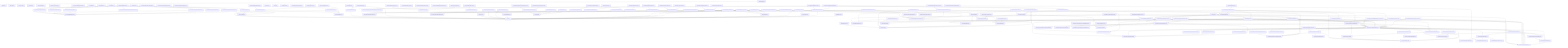
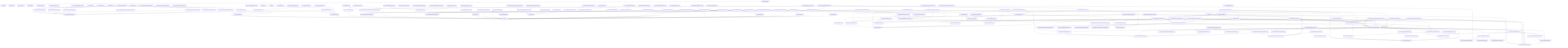
graph TD
  package__ankhorage_studio["@ankhorage/studio"]
  entrypoint_src_index_ts["src/index.ts"]
  package__ankhorage_studio --> entrypoint_src_index_ts
  module_knip_config_ts["knip.config.ts"]
  package__ankhorage_studio -.-> module_knip_config_ts
  module_paradox_config_ts["paradox.config.ts"]
  package__ankhorage_studio -.-> module_paradox_config_ts
  module_src_app_index_ts["src/app/index.ts"]
  package__ankhorage_studio -.-> module_src_app_index_ts
  module_src_app_StudioApp_tsx["src/app/StudioApp.tsx"]
  package__ankhorage_studio -.-> module_src_app_StudioApp_tsx
  module_src_app_StudioDashboard_tsx["src/app/StudioDashboard.tsx"]
  package__ankhorage_studio -.-> module_src_app_StudioDashboard_tsx
  module_src_app_StudioDashboard_tsx --> module_src_hooks_useProjects_ts
  module_src_app_StudioDashboard_tsx --> module_src_hooks_useTemplateSummaries_ts
  module_src_app_StudioDashboard_tsx --> module_src_modules_dashboard_platform_ts
  module_src_app_StudioDashboard_tsx --> module_src_modules_dashboard_search_ts
  module_src_app_StudioDashboard_tsx --> module_src_modules_dashboard_templates_ts
  module_src_app_StudioDashboard_tsx --> module_src_modules_dashboard_types_ts
  module_src_app_StudioDashboard_tsx --> module_src_modules_dashboard_ui_DashboardSectionHeader_tsx
  module_src_app_StudioDashboard_tsx --> module_src_modules_dashboard_ui_ProjectCard_tsx
  module_src_app_StudioDashboard_tsx --> module_src_modules_dashboard_ui_TemplateCard_tsx
  module_src_authFlowContract_test_ts["src/authFlowContract.test.ts"]
  package__ankhorage_studio -.-> module_src_authFlowContract_test_ts
  module_src_authSettings_test_ts["src/authSettings.test.ts"]
  package__ankhorage_studio -.-> module_src_authSettings_test_ts
  module_src_authSettings_test_ts --> module_src_authSettings_ts
  module_src_authSettings_ts["src/authSettings.ts"]
  package__ankhorage_studio -.-> module_src_authSettings_ts
  module_src_canvasDragModel_public_test_ts["src/canvasDragModel.public.test.ts"]
  package__ankhorage_studio -.-> module_src_canvasDragModel_public_test_ts
  module_src_canvasDragModel_public_test_ts --> module_src_canvasDragModel_ts
  module_src_canvasDragModel_public_test_ts --> module_src_canvasDropZones_ts
  module_src_canvasDragModel_test_ts["src/canvasDragModel.test.ts"]
  package__ankhorage_studio -.-> module_src_canvasDragModel_test_ts
  module_src_canvasDragModel_test_ts --> module_src_canvasDragModel_ts
  module_src_canvasDragModel_test_ts --> module_src_canvasDropZones_ts
  module_src_canvasDragModel_ts["src/canvasDragModel.ts"]
  package__ankhorage_studio -.-> module_src_canvasDragModel_ts
  module_src_canvasDragModel_ts --> module_src_canvasDropZones_ts
  module_src_canvasDragModel_ts --> module_src_index_ts
  module_src_canvasDropZones_test_ts["src/canvasDropZones.test.ts"]
  package__ankhorage_studio -.-> module_src_canvasDropZones_test_ts
  module_src_canvasDropZones_test_ts --> module_src_canvasDropZones_ts
  module_src_canvasDropZones_test_ts --> module_src_index_ts
  module_src_canvasDropZones_ts["src/canvasDropZones.ts"]
  package__ankhorage_studio -.-> module_src_canvasDropZones_ts
  module_src_canvasDropZones_ts --> module_src_index_ts
  module_src_cli_index_ts["src/cli/index.ts"]
  package__ankhorage_studio -.-> module_src_cli_index_ts
  module_src_cli_index_ts --> module_src_host_createStudioHost_ts
  module_src_cli_index_ts --> module_src_host_http_server_ts
  module_src_cli_index_ts --> module_src_host_templateRegistry_index_ts
  module_src_cli_index_ts --> module_src_host_utils_workspaceRoot_ts
  module_src_core_constants_ts["src/core/constants.ts"]
  package__ankhorage_studio -.-> module_src_core_constants_ts
  module_src_core_StudioContext_ts["src/core/StudioContext.ts"]
  package__ankhorage_studio -.-> module_src_core_StudioContext_ts
  module_src_core_StudioContext_ts --> module_src_index_ts
  module_src_core_studioPackageBoundary_ts["src/core/studioPackageBoundary.ts"]
  package__ankhorage_studio -.-> module_src_core_studioPackageBoundary_ts
  module_src_core_StudioProvider_ts["src/core/StudioProvider.ts"]
  package__ankhorage_studio -.-> module_src_core_StudioProvider_ts
  module_src_core_StudioProvider_ts --> module_src_core_StudioContext_ts
  module_src_core_StudioProvider_ts --> module_src_index_ts
  module_src_dnd_index_ts["src/dnd/index.ts"]
  package__ankhorage_studio -.-> module_src_dnd_index_ts
  module_src_dnd_primitives_ts["src/dnd/primitives.ts"]
  package__ankhorage_studio -.-> module_src_dnd_primitives_ts
  module_src_dnd_state_ts["src/dnd/state.ts"]
  package__ankhorage_studio -.-> module_src_dnd_state_ts
  module_src_hooks_useProjects_ts["src/hooks/useProjects.ts"]
  package__ankhorage_studio -.-> module_src_hooks_useProjects_ts
  module_src_hooks_useProjects_ts --> module_src_core_constants_ts
  module_src_hooks_useTemplateSummaries_ts["src/hooks/useTemplateSummaries.ts"]
  package__ankhorage_studio -.-> module_src_hooks_useTemplateSummaries_ts
  module_src_hooks_useTemplateSummaries_ts --> module_src_core_constants_ts
  module_src_hooks_useTemplateSummaries_ts --> module_src_modules_dashboard_types_ts
  module_src_host_auth_projectAuthHealthService_ts["src/host/auth/projectAuthHealthService.ts"]
  package__ankhorage_studio -.-> module_src_host_auth_projectAuthHealthService_ts
  module_src_host_auth_projectAuthHealthService_ts --> module_src_host_orchestrator_projectManager_ts
  module_src_host_auth_projectAuthHealthService_ts --> module_src_host_secrets_projectSecretService_ts
  module_src_host_auth_projectAuthHealthService_ts --> module_src_projectAuthHealth_ts
  module_src_host_auth_projectAuthService_test_ts["src/host/auth/projectAuthService.test.ts"]
  package__ankhorage_studio -.-> module_src_host_auth_projectAuthService_test_ts
  module_src_host_auth_projectAuthService_test_ts --> module_src_host_auth_projectAuthService_ts
  module_src_host_auth_projectAuthService_ts["src/host/auth/projectAuthService.ts"]
  package__ankhorage_studio -.-> module_src_host_auth_projectAuthService_ts
  module_src_host_auth_projectAuthService_ts --> module_src_authSettings_ts
  module_src_host_auth_projectAuthService_ts --> module_src_host_orchestrator_projectManager_ts
  module_src_host_createStudioHost_ts["src/host/createStudioHost.ts"]
  package__ankhorage_studio -.-> module_src_host_createStudioHost_ts
  module_src_host_createStudioHost_ts --> module_src_host_orchestrator_infraRuntime_ts
  module_src_host_createStudioHost_ts --> module_src_host_orchestrator_moduleManager_ts
  module_src_host_createStudioHost_ts --> module_src_host_orchestrator_projectManager_ts
  module_src_host_generatedAuthAdapterRuntime_smoke_test_ts["src/host/generatedAuthAdapterRuntime.smoke.test.ts"]
  package__ankhorage_studio -.-> module_src_host_generatedAuthAdapterRuntime_smoke_test_ts
  module_src_host_generatedAuthAdapterRuntime_smoke_test_ts --> module_src_host_orchestrator_moduleManager_ts
  module_src_host_generatedAuthAdapterRuntime_smoke_test_ts --> module_src_host_orchestrator_projectManager_ts
  module_src_host_generatedAuthAdapterRuntime_smoke_test_ts --> module_src_host_templateRegistry_index_ts
  module_src_host_hostLifecycle_smoke_test_ts["src/host/hostLifecycle.smoke.test.ts"]
  package__ankhorage_studio -.-> module_src_host_hostLifecycle_smoke_test_ts
  module_src_host_hostLifecycle_smoke_test_ts --> module_src_host_orchestrator_moduleManager_ts
  module_src_host_hostLifecycle_smoke_test_ts --> module_src_host_orchestrator_projectManager_ts
  module_src_host_hostLifecycle_smoke_test_ts --> module_src_host_templateRegistry_index_ts
  module_src_host_hostOwnership_test_ts["src/host/hostOwnership.test.ts"]
  package__ankhorage_studio -.-> module_src_host_hostOwnership_test_ts
  module_src_host_hostOwnership_test_ts --> module_src_host_http_security_ts
  module_src_host_hostOwnership_test_ts --> module_src_host_orchestrator_projectPaths_ts
  module_src_host_hostOwnership_test_ts --> module_src_host_utils_workspaceRoot_ts
  module_src_host_http_authRoutes_ts["src/host/http/authRoutes.ts"]
  package__ankhorage_studio -.-> module_src_host_http_authRoutes_ts
  module_src_host_http_authRoutes_ts --> module_src_host_auth_projectAuthHealthService_ts
  module_src_host_http_authRoutes_ts --> module_src_host_auth_projectAuthService_ts
  module_src_host_http_authRoutes_ts --> module_src_host_orchestrator_projectManager_ts
  module_src_host_http_authRoutes_ts --> module_src_host_secrets_projectSecretService_ts
  module_src_host_http_secretRoutes_ts["src/host/http/secretRoutes.ts"]
  package__ankhorage_studio -.-> module_src_host_http_secretRoutes_ts
  module_src_host_http_secretRoutes_ts --> module_src_host_orchestrator_projectManager_ts
  module_src_host_http_secretRoutes_ts --> module_src_host_secrets_projectSecretService_ts
  module_src_host_http_security_ts["src/host/http/security.ts"]
  package__ankhorage_studio -.-> module_src_host_http_security_ts
  module_src_host_http_server_ts["src/host/http/server.ts"]
  package__ankhorage_studio -.-> module_src_host_http_server_ts
  module_src_host_http_server_ts --> module_src_host_http_security_ts
  module_src_host_http_server_ts --> module_src_host_orchestrator_infraRuntime_ts
  module_src_host_http_server_ts --> module_src_host_orchestrator_moduleManager_ts
  module_src_host_http_server_ts --> module_src_host_orchestrator_projectManager_ts
  module_src_host_http_server_ts --> module_src_host_orchestrator_resolveMutations_ts
  module_src_host_http_server_ts --> module_src_host_templateRegistry_index_ts
  module_src_host_http_server_ts --> module_src_host_utils_trimOutput_ts
  module_src_host_http_server_ts --> module_src_host_utils_workspaceRoot_ts
  module_src_host_http_serverWithSecrets_ts["src/host/http/serverWithSecrets.ts"]
  package__ankhorage_studio -.-> module_src_host_http_serverWithSecrets_ts
  module_src_host_http_serverWithSecrets_ts --> module_src_host_http_authRoutes_ts
  module_src_host_http_serverWithSecrets_ts --> module_src_host_http_secretRoutes_ts
  module_src_host_http_serverWithSecrets_ts --> module_src_host_http_server_ts
  module_src_host_http_serverWithSecrets_ts --> module_src_host_orchestrator_moduleManager_ts
  module_src_host_http_serverWithSecrets_ts --> module_src_host_orchestrator_projectManager_ts
  module_src_host_http_serverWithSecrets_ts --> module_src_host_utils_workspaceRoot_ts
  module_src_host_http_standalone_ts["src/host/http/standalone.ts"]
  package__ankhorage_studio -.-> module_src_host_http_standalone_ts
  module_src_host_http_standalone_ts --> module_src_host_http_serverWithSecrets_ts
  module_src_host_index_ts["src/host/index.ts"]
  package__ankhorage_studio -.-> module_src_host_index_ts
  module_src_host_layout_auth_resolveAuthLayoutPlan_test_ts["src/host/layout/auth/resolveAuthLayoutPlan.test.ts"]
  package__ankhorage_studio -.-> module_src_host_layout_auth_resolveAuthLayoutPlan_test_ts
  module_src_host_layout_auth_resolveAuthLayoutPlan_test_ts --> module_src_host_layout_auth_resolveAuthLayoutPlan_ts
  module_src_host_layout_auth_resolveAuthLayoutPlan_ts["src/host/layout/auth/resolveAuthLayoutPlan.ts"]
  package__ankhorage_studio -.-> module_src_host_layout_auth_resolveAuthLayoutPlan_ts
  module_src_host_layout_layoutGenerator_test_ts["src/host/layout/layoutGenerator.test.ts"]
  package__ankhorage_studio -.-> module_src_host_layout_layoutGenerator_test_ts
  module_src_host_layout_layoutGenerator_test_ts --> module_src_host_layout_layoutGenerator_ts
  module_src_host_layout_layoutGenerator_ts["src/host/layout/layoutGenerator.ts"]
  package__ankhorage_studio -.-> module_src_host_layout_layoutGenerator_ts
  module_src_host_layout_layoutGenerator_ts --> module_src_host_layout_auth_resolveAuthLayoutPlan_ts
  module_src_host_layout_layoutGenerator_ts --> module_src_host_layout_templates_index_ts
  module_src_host_layout_layoutGenerator_ts --> module_src_host_modules_layout_ts
  module_src_host_layout_templates_auth_adapter_ts["src/host/layout/templates/auth/adapter.ts"]
  package__ankhorage_studio -.-> module_src_host_layout_templates_auth_adapter_ts
  module_src_host_layout_templates_auth_callback_ts["src/host/layout/templates/auth/callback.ts"]
  package__ankhorage_studio -.-> module_src_host_layout_templates_auth_callback_ts
  module_src_host_layout_templates_auth_callback_ts --> module_src_host_layout_templates_utils_routes_ts
  module_src_host_layout_templates_auth_callback_ts --> module_src_host_layout_utils_escapeStringLiteral_ts
  module_src_host_layout_templates_auth_oauth_ts["src/host/layout/templates/auth/oauth.ts"]
  package__ankhorage_studio -.-> module_src_host_layout_templates_auth_oauth_ts
  module_src_host_layout_templates_auth_oauth_ts --> module_src_host_layout_auth_resolveAuthLayoutPlan_ts
  module_src_host_layout_templates_auth_oauth_ts --> module_src_host_layout_utils_escapeStringLiteral_ts
  module_src_host_layout_templates_auth_screen_ts["src/host/layout/templates/auth/screen.ts"]
  package__ankhorage_studio -.-> module_src_host_layout_templates_auth_screen_ts
  module_src_host_layout_templates_auth_screen_ts --> module_src_host_layout_auth_resolveAuthLayoutPlan_ts
  module_src_host_layout_templates_auth_screen_ts --> module_src_host_layout_templates_utils_routes_ts
  module_src_host_layout_templates_auth_screen_ts --> module_src_host_layout_templates_utils_strings_ts
  module_src_host_layout_templates_auth_screen_ts --> module_src_host_layout_utils_escapeStringLiteral_ts
  module_src_host_layout_templates_auth_session_ts["src/host/layout/templates/auth/session.ts"]
  package__ankhorage_studio -.-> module_src_host_layout_templates_auth_session_ts
  module_src_host_layout_templates_auth_signOut_ts["src/host/layout/templates/auth/signOut.ts"]
  package__ankhorage_studio -.-> module_src_host_layout_templates_auth_signOut_ts
  module_src_host_layout_templates_index_ts["src/host/layout/templates/index.ts"]
  package__ankhorage_studio -.-> module_src_host_layout_templates_index_ts
  module_src_host_layout_templates_navigation_ts["src/host/layout/templates/navigation.ts"]
  package__ankhorage_studio -.-> module_src_host_layout_templates_navigation_ts
  module_src_host_layout_templates_navigation_ts --> module_src_host_layout_utils_escapeStringLiteral_ts
  module_src_host_layout_templates_nestedLayout_ts["src/host/layout/templates/nestedLayout.ts"]
  package__ankhorage_studio -.-> module_src_host_layout_templates_nestedLayout_ts
  module_src_host_layout_templates_nestedLayout_ts --> module_src_host_layout_templates_navigation_ts
  module_src_host_layout_templates_nestedLayout_ts --> module_src_host_layout_templates_utils_strings_ts
  module_src_host_layout_templates_redirect_ts["src/host/layout/templates/redirect.ts"]
  package__ankhorage_studio -.-> module_src_host_layout_templates_redirect_ts
  module_src_host_layout_templates_redirect_ts --> module_src_host_layout_utils_escapeStringLiteral_ts
  module_src_host_layout_templates_rootLayout_test_ts["src/host/layout/templates/rootLayout.test.ts"]
  package__ankhorage_studio -.-> module_src_host_layout_templates_rootLayout_test_ts
  module_src_host_layout_templates_rootLayout_test_ts --> module_src_host_layout_templates_rootLayout_ts
  module_src_host_layout_templates_rootLayout_ts["src/host/layout/templates/rootLayout.ts"]
  package__ankhorage_studio -.-> module_src_host_layout_templates_rootLayout_ts
  module_src_host_layout_templates_rootLayout_ts --> module_src_host_layout_templates_navigation_ts
  module_src_host_layout_templates_rootLayout_ts --> module_src_host_layout_templates_utils_routes_ts
  module_src_host_layout_templates_rootLayout_ts --> module_src_host_layout_utils_escapeStringLiteral_ts
  module_src_host_layout_templates_rootLayout_ts --> module_src_host_modules_layout_ts
  module_src_host_layout_templates_screen_ts["src/host/layout/templates/screen.ts"]
  package__ankhorage_studio -.-> module_src_host_layout_templates_screen_ts
  module_src_host_layout_templates_screen_ts --> module_src_host_layout_templates_utils_strings_ts
  module_src_host_layout_templates_screen_ts --> module_src_host_layout_utils_escapeStringLiteral_ts
  module_src_host_layout_templates_utils_routes_ts["src/host/layout/templates/utils/routes.ts"]
  package__ankhorage_studio -.-> module_src_host_layout_templates_utils_routes_ts
  module_src_host_layout_templates_utils_strings_ts["src/host/layout/templates/utils/strings.ts"]
  package__ankhorage_studio -.-> module_src_host_layout_templates_utils_strings_ts
  module_src_host_layout_utils_escapeStringLiteral_ts["src/host/layout/utils/escapeStringLiteral.ts"]
  package__ankhorage_studio -.-> module_src_host_layout_utils_escapeStringLiteral_ts
  module_src_host_manifestSystem_auth_index_ts["src/host/manifestSystem/auth/index.ts"]
  package__ankhorage_studio -.-> module_src_host_manifestSystem_auth_index_ts
  module_src_host_manifestSystem_auth_shared_global_auth_system_tpl_ts["src/host/manifestSystem/auth/shared/global.auth.system.tpl.ts"]
  package__ankhorage_studio -.-> module_src_host_manifestSystem_auth_shared_global_auth_system_tpl_ts
  module_src_host_manifestSystem_auth_shared_index_ts["src/host/manifestSystem/auth/shared/index.ts"]
  package__ankhorage_studio -.-> module_src_host_manifestSystem_auth_shared_index_ts
  module_src_host_manifestSystem_auth_shared_index_ts --> module_src_host_manifestSystem_auth_shared_global_auth_system_tpl_ts
  module_src_host_manifestSystem_auth_shared_index_ts --> module_src_host_manifestSystem_types_ts
  module_src_host_manifestSystem_index_ts["src/host/manifestSystem/index.ts"]
  package__ankhorage_studio -.-> module_src_host_manifestSystem_index_ts
  module_src_host_manifestSystem_index_ts --> module_src_host_manifestSystem_auth_index_ts
  module_src_host_manifestSystem_index_ts --> module_src_host_manifestSystem_types_ts
  module_src_host_manifestSystem_index_ts --> module_src_host_utils_requirementsInference_ts
  module_src_host_manifestSystem_types_ts["src/host/manifestSystem/types.ts"]
  package__ankhorage_studio -.-> module_src_host_manifestSystem_types_ts
  module_src_host_modules_catalog_ts["src/host/modules/catalog.ts"]
  package__ankhorage_studio -.-> module_src_host_modules_catalog_ts
  module_src_host_modules_catalog_ts --> module_src_host_modules_layout_ts
  module_src_host_modules_layout_ts["src/host/modules/layout.ts"]
  package__ankhorage_studio -.-> module_src_host_modules_layout_ts
  module_src_host_modules_runtime_LocalFsTargetAdapter_ts["src/host/modules/runtime/LocalFsTargetAdapter.ts"]
  package__ankhorage_studio -.-> module_src_host_modules_runtime_LocalFsTargetAdapter_ts
  module_src_host_oauthFixtureConsumer_smoke_test_ts["src/host/oauthFixtureConsumer.smoke.test.ts"]
  package__ankhorage_studio -.-> module_src_host_oauthFixtureConsumer_smoke_test_ts
  module_src_host_oauthFixtureConsumer_smoke_test_ts --> module_src_host_orchestrator_moduleManager_ts
  module_src_host_oauthFixtureConsumer_smoke_test_ts --> module_src_host_orchestrator_projectManager_ts
  module_src_host_oauthFixtureConsumer_smoke_test_ts --> module_src_host_templateRegistry_index_ts
  module_src_host_orchestrator_generatedAppFiles_ts["src/host/orchestrator/generatedAppFiles.ts"]
  package__ankhorage_studio -.-> module_src_host_orchestrator_generatedAppFiles_ts
  module_src_host_orchestrator_generatedAppFiles_ts --> module_src_host_zoraExtensions_index_ts
  module_src_host_orchestrator_generatedRouteCleanup_ts["src/host/orchestrator/generatedRouteCleanup.ts"]
  package__ankhorage_studio -.-> module_src_host_orchestrator_generatedRouteCleanup_ts
  module_src_host_orchestrator_infraGenerator_ts["src/host/orchestrator/infraGenerator.ts"]
  package__ankhorage_studio -.-> module_src_host_orchestrator_infraGenerator_ts
  module_src_host_orchestrator_infraGenerator_ts --> module_src_host_orchestrator_infraValidation_ts
+   module_src_host_orchestrator_infraRuntime_test_ts["src/host/orchestrator/infraRuntime.test.ts"]
+   package__ankhorage_studio -.-> module_src_host_orchestrator_infraRuntime_test_ts
+   module_src_host_orchestrator_infraRuntime_test_ts --> module_src_host_orchestrator_infraRuntime_ts
  module_src_host_orchestrator_infraRuntime_ts["src/host/orchestrator/infraRuntime.ts"]
  package__ankhorage_studio -.-> module_src_host_orchestrator_infraRuntime_ts
  module_src_host_orchestrator_infraRuntime_ts --> module_src_host_orchestrator_projectPaths_ts
  module_src_host_orchestrator_infraValidation_ts["src/host/orchestrator/infraValidation.ts"]
  package__ankhorage_studio -.-> module_src_host_orchestrator_infraValidation_ts
  module_src_host_orchestrator_moduleManager_ts["src/host/orchestrator/moduleManager.ts"]
  package__ankhorage_studio -.-> module_src_host_orchestrator_moduleManager_ts
  module_src_host_orchestrator_moduleManager_ts --> module_src_host_modules_catalog_ts
  module_src_host_orchestrator_moduleManager_ts --> module_src_host_modules_runtime_LocalFsTargetAdapter_ts
  module_src_host_orchestrator_moduleManager_ts --> module_src_host_orchestrator_projectManager_ts
  module_src_host_orchestrator_moduleManager_ts --> module_src_host_orchestrator_resolveMutations_ts
+   module_src_host_orchestrator_projectDeletion_test_ts["src/host/orchestrator/projectDeletion.test.ts"]
+   package__ankhorage_studio -.-> module_src_host_orchestrator_projectDeletion_test_ts
+   module_src_host_orchestrator_projectDeletion_test_ts --> module_src_host_orchestrator_projectDeletion_ts
  module_src_host_orchestrator_projectDeletion_ts["src/host/orchestrator/projectDeletion.ts"]
  package__ankhorage_studio -.-> module_src_host_orchestrator_projectDeletion_ts
  module_src_host_orchestrator_projectManager_ts["src/host/orchestrator/projectManager.ts"]
  package__ankhorage_studio -.-> module_src_host_orchestrator_projectManager_ts
  module_src_host_orchestrator_projectManager_ts --> module_src_host_layout_layoutGenerator_ts
  module_src_host_orchestrator_projectManager_ts --> module_src_host_manifestSystem_index_ts
  module_src_host_orchestrator_projectManager_ts --> module_src_host_modules_layout_ts
  module_src_host_orchestrator_projectManager_ts --> module_src_host_orchestrator_generatedRouteCleanup_ts
  module_src_host_orchestrator_projectManager_ts --> module_src_host_orchestrator_infraGenerator_ts
  module_src_host_orchestrator_projectManager_ts --> module_src_host_orchestrator_infraRuntime_ts
  module_src_host_orchestrator_projectManager_ts --> module_src_host_orchestrator_projectDeletion_ts
  module_src_host_orchestrator_projectManager_ts --> module_src_host_orchestrator_projectPaths_ts
  module_src_host_orchestrator_projectManager_ts --> module_src_host_orchestrator_projectStore_ts
  module_src_host_orchestrator_projectManager_ts --> module_src_host_orchestrator_resolveMutations_ts
  module_src_host_orchestrator_projectManager_ts --> module_src_host_orchestrator_scaffolder_ts
  module_src_host_orchestrator_projectManager_ts --> module_src_host_orchestrator_templates_ts
  module_src_host_orchestrator_projectManager_ts --> module_src_host_orchestrator_workspaceRuntime_ts
  module_src_host_orchestrator_projectManager_ts --> module_src_host_templateRegistry_index_ts
  module_src_host_orchestrator_projectManager_ts --> module_src_host_zoraExtensions_index_ts
  module_src_host_orchestrator_projectPaths_ts["src/host/orchestrator/projectPaths.ts"]
  package__ankhorage_studio -.-> module_src_host_orchestrator_projectPaths_ts
  module_src_host_orchestrator_projectStore_ts["src/host/orchestrator/projectStore.ts"]
  package__ankhorage_studio -.-> module_src_host_orchestrator_projectStore_ts
  module_src_host_orchestrator_projectStore_ts --> module_src_host_orchestrator_projectPaths_ts
  module_src_host_orchestrator_resolveMutations_ts["src/host/orchestrator/resolveMutations.ts"]
  package__ankhorage_studio -.-> module_src_host_orchestrator_resolveMutations_ts
  module_src_host_orchestrator_resolveMutations_ts --> module_src_host_modules_catalog_ts
  module_src_host_orchestrator_resolveMutations_ts --> module_src_host_modules_layout_ts
  module_src_host_orchestrator_scaffolder_ts["src/host/orchestrator/scaffolder.ts"]
  package__ankhorage_studio -.-> module_src_host_orchestrator_scaffolder_ts
  module_src_host_orchestrator_scaffolder_ts --> module_src_host_manifestSystem_index_ts
  module_src_host_orchestrator_scaffolder_ts --> module_src_host_orchestrator_generatedAppFiles_ts
  module_src_host_orchestrator_scaffolder_ts --> module_src_host_orchestrator_templates_ts
  module_src_host_orchestrator_scaffolder_ts --> module_src_host_templateRegistry_index_ts
  module_src_host_orchestrator_scaffolder_ts --> module_src_host_zoraExtensions_index_ts
  module_src_host_orchestrator_templates_test_ts["src/host/orchestrator/templates.test.ts"]
  package__ankhorage_studio -.-> module_src_host_orchestrator_templates_test_ts
  module_src_host_orchestrator_templates_test_ts --> module_src_host_orchestrator_templates_ts
  module_src_host_orchestrator_templates_ts["src/host/orchestrator/templates.ts"]
  package__ankhorage_studio -.-> module_src_host_orchestrator_templates_ts
  module_src_host_orchestrator_workspaceRuntime_ts["src/host/orchestrator/workspaceRuntime.ts"]
  package__ankhorage_studio -.-> module_src_host_orchestrator_workspaceRuntime_ts
  module_src_host_secrets_bunSupabaseVaultClient_ts["src/host/secrets/bunSupabaseVaultClient.ts"]
  package__ankhorage_studio -.-> module_src_host_secrets_bunSupabaseVaultClient_ts
  module_src_host_secrets_projectSecretService_test_ts["src/host/secrets/projectSecretService.test.ts"]
  package__ankhorage_studio -.-> module_src_host_secrets_projectSecretService_test_ts
  module_src_host_secrets_projectSecretService_test_ts --> module_src_host_secrets_projectSecretService_ts
  module_src_host_secrets_projectSecretService_ts["src/host/secrets/projectSecretService.ts"]
  package__ankhorage_studio -.-> module_src_host_secrets_projectSecretService_ts
  module_src_host_secrets_projectSecretService_ts --> module_src_host_orchestrator_projectManager_ts
  module_src_host_secrets_projectSecretService_ts --> module_src_host_orchestrator_projectPaths_ts
  module_src_host_secrets_projectSecretService_ts --> module_src_host_secrets_bunSupabaseVaultClient_ts
  module_src_host_secrets_projectSecretService_ts --> module_src_host_secrets_resolveProjectSecretDatabaseUrl_ts
  module_src_host_secrets_projectSecretService_ts --> module_src_projectSecretUsage_ts
  module_src_host_secrets_resolveProjectSecretDatabaseUrl_test_ts["src/host/secrets/resolveProjectSecretDatabaseUrl.test.ts"]
  package__ankhorage_studio -.-> module_src_host_secrets_resolveProjectSecretDatabaseUrl_test_ts
  module_src_host_secrets_resolveProjectSecretDatabaseUrl_test_ts --> module_src_host_secrets_resolveProjectSecretDatabaseUrl_ts
  module_src_host_secrets_resolveProjectSecretDatabaseUrl_ts["src/host/secrets/resolveProjectSecretDatabaseUrl.ts"]
  package__ankhorage_studio -.-> module_src_host_secrets_resolveProjectSecretDatabaseUrl_ts
  module_src_host_templateRegistry_index_ts["src/host/templateRegistry/index.ts"]
  package__ankhorage_studio -.-> module_src_host_templateRegistry_index_ts
  module_src_host_utils_requirementsInference_ts["src/host/utils/requirementsInference.ts"]
  package__ankhorage_studio -.-> module_src_host_utils_requirementsInference_ts
  module_src_host_utils_trimOutput_ts["src/host/utils/trimOutput.ts"]
  package__ankhorage_studio -.-> module_src_host_utils_trimOutput_ts
  module_src_host_utils_workspaceRoot_ts["src/host/utils/workspaceRoot.ts"]
  package__ankhorage_studio -.-> module_src_host_utils_workspaceRoot_ts
  module_src_host_zoraExtensions_index_ts["src/host/zoraExtensions/index.ts"]
  package__ankhorage_studio -.-> module_src_host_zoraExtensions_index_ts
  module_src_host_zoraExtensions_index_ts --> module_src_host_templateRegistry_index_ts
  module_src_index_test_ts["src/index.test.ts"]
  package__ankhorage_studio -.-> module_src_index_test_ts
  module_src_index_test_ts --> module_src_index_ts
  module_src_index_ts["src/index.ts"]
  module_src_insertModalModel_public_test_ts["src/insertModalModel.public.test.ts"]
  package__ankhorage_studio -.-> module_src_insertModalModel_public_test_ts
  module_src_insertModalModel_public_test_ts --> module_src_index_ts
  module_src_insertModalModel_public_test_ts --> module_src_insertModalModel_ts
  module_src_insertModalModel_test_ts["src/insertModalModel.test.ts"]
  package__ankhorage_studio -.-> module_src_insertModalModel_test_ts
  module_src_insertModalModel_test_ts --> module_src_index_ts
  module_src_insertModalModel_test_ts --> module_src_insertModalModel_ts
  module_src_insertModalModel_ts["src/insertModalModel.ts"]
  package__ankhorage_studio -.-> module_src_insertModalModel_ts
  module_src_insertModalModel_ts --> module_src_index_ts
  module_src_localizationConfig_public_test_ts["src/localizationConfig.public.test.ts"]
  package__ankhorage_studio -.-> module_src_localizationConfig_public_test_ts
  module_src_localizationConfig_public_test_ts --> module_src_localizationConfig_ts
  module_src_localizationConfig_test_ts["src/localizationConfig.test.ts"]
  package__ankhorage_studio -.-> module_src_localizationConfig_test_ts
  module_src_localizationConfig_test_ts --> module_src_localizationConfig_ts
  module_src_localizationConfig_ts["src/localizationConfig.ts"]
  package__ankhorage_studio -.-> module_src_localizationConfig_ts
  module_src_localizationPanelModel_test_ts["src/localizationPanelModel.test.ts"]
  package__ankhorage_studio -.-> module_src_localizationPanelModel_test_ts
  module_src_localizationPanelModel_test_ts --> module_src_localizationPanelModel_ts
  module_src_localizationPanelModel_ts["src/localizationPanelModel.ts"]
  package__ankhorage_studio -.-> module_src_localizationPanelModel_ts
  module_src_manifestNavigatorPreviewModel_public_test_ts["src/manifestNavigatorPreviewModel.public.test.ts"]
  package__ankhorage_studio -.-> module_src_manifestNavigatorPreviewModel_public_test_ts
  module_src_manifestNavigatorPreviewModel_public_test_ts --> module_src_manifestNavigatorPreviewModel_ts
  module_src_manifestNavigatorPreviewModel_test_ts["src/manifestNavigatorPreviewModel.test.ts"]
  package__ankhorage_studio -.-> module_src_manifestNavigatorPreviewModel_test_ts
  module_src_manifestNavigatorPreviewModel_test_ts --> module_src_manifestNavigatorPreviewModel_ts
  module_src_manifestNavigatorPreviewModel_ts["src/manifestNavigatorPreviewModel.ts"]
  package__ankhorage_studio -.-> module_src_manifestNavigatorPreviewModel_ts
  module_src_manifestNavigatorPreviewModel_ts --> module_src_routeUtils_ts
  module_src_manifestState_public_test_ts["src/manifestState.public.test.ts"]
  package__ankhorage_studio -.-> module_src_manifestState_public_test_ts
  module_src_manifestState_public_test_ts --> module_src_index_ts
  module_src_manifestState_public_test_ts --> module_src_manifestState_ts
  module_src_manifestState_routes_test_ts["src/manifestState.routes.test.ts"]
  package__ankhorage_studio -.-> module_src_manifestState_routes_test_ts
  module_src_manifestState_routes_test_ts --> module_src_index_ts
  module_src_manifestState_routes_test_ts --> module_src_manifestState_ts
  module_src_manifestState_test_ts["src/manifestState.test.ts"]
  package__ankhorage_studio -.-> module_src_manifestState_test_ts
  module_src_manifestState_test_ts --> module_src_index_ts
  module_src_manifestState_test_ts --> module_src_manifestState_ts
  module_src_manifestState_ts["src/manifestState.ts"]
  package__ankhorage_studio -.-> module_src_manifestState_ts
  module_src_manifestState_ts --> module_src_index_ts
  module_src_manifestSync_test_ts["src/manifestSync.test.ts"]
  package__ankhorage_studio -.-> module_src_manifestSync_test_ts
  module_src_manifestSync_test_ts --> module_src_index_ts
  module_src_manifestSync_test_ts --> module_src_manifestSync_ts
  module_src_manifestSync_ts["src/manifestSync.ts"]
  package__ankhorage_studio -.-> module_src_manifestSync_ts
  module_src_manifestSync_ts --> module_src_index_ts
  module_src_modules_dashboard_platform_ts["src/modules/dashboard/platform.ts"]
  package__ankhorage_studio -.-> module_src_modules_dashboard_platform_ts
  module_src_modules_dashboard_search_ts["src/modules/dashboard/search.ts"]
  package__ankhorage_studio -.-> module_src_modules_dashboard_search_ts
  module_src_modules_dashboard_search_ts --> module_src_modules_dashboard_types_ts
  module_src_modules_dashboard_templates_ts["src/modules/dashboard/templates.ts"]
  package__ankhorage_studio -.-> module_src_modules_dashboard_templates_ts
  module_src_modules_dashboard_templates_ts --> module_src_modules_dashboard_types_ts
  module_src_modules_dashboard_types_ts["src/modules/dashboard/types.ts"]
  package__ankhorage_studio -.-> module_src_modules_dashboard_types_ts
  module_src_modules_dashboard_ui_DashboardSectionHeader_tsx["src/modules/dashboard/ui/DashboardSectionHeader.tsx"]
  package__ankhorage_studio -.-> module_src_modules_dashboard_ui_DashboardSectionHeader_tsx
  module_src_modules_dashboard_ui_ProjectCard_tsx["src/modules/dashboard/ui/ProjectCard.tsx"]
  package__ankhorage_studio -.-> module_src_modules_dashboard_ui_ProjectCard_tsx
  module_src_modules_dashboard_ui_ProjectCard_tsx --> module_src_modules_dashboard_types_ts
  module_src_modules_dashboard_ui_TemplateCard_tsx["src/modules/dashboard/ui/TemplateCard.tsx"]
  package__ankhorage_studio -.-> module_src_modules_dashboard_ui_TemplateCard_tsx
  module_src_modules_dashboard_ui_TemplateCard_tsx --> module_src_modules_dashboard_types_ts
  module_src_projectAuthApi_test_ts["src/projectAuthApi.test.ts"]
  package__ankhorage_studio -.-> module_src_projectAuthApi_test_ts
  module_src_projectAuthApi_test_ts --> module_src_authSettings_ts
  module_src_projectAuthApi_test_ts --> module_src_projectAuthApi_ts
  module_src_projectAuthApi_ts["src/projectAuthApi.ts"]
  package__ankhorage_studio -.-> module_src_projectAuthApi_ts
  module_src_projectAuthApi_ts --> module_src_authSettings_ts
  module_src_projectAuthApi_ts --> module_src_projectAuthHealth_ts
  module_src_projectAuthApi_ts --> module_src_secretResponseGuard_ts
  module_src_projectAuthHealth_test_ts["src/projectAuthHealth.test.ts"]
  package__ankhorage_studio -.-> module_src_projectAuthHealth_test_ts
  module_src_projectAuthHealth_test_ts --> module_src_projectAuthHealth_ts
  module_src_projectAuthHealth_ts["src/projectAuthHealth.ts"]
  package__ankhorage_studio -.-> module_src_projectAuthHealth_ts
  module_src_projectAuthHealth_ts --> module_src_authSettings_ts
  module_src_projectSecretApi_test_ts["src/projectSecretApi.test.ts"]
  package__ankhorage_studio -.-> module_src_projectSecretApi_test_ts
  module_src_projectSecretApi_test_ts --> module_src_projectSecretApi_ts
  module_src_projectSecretApi_ts["src/projectSecretApi.ts"]
  package__ankhorage_studio -.-> module_src_projectSecretApi_ts
  module_src_projectSecretApi_ts --> module_src_projectSecretUsage_ts
  module_src_projectSecretApi_ts --> module_src_secretResponseGuard_ts
  module_src_projectSecretUsage_test_ts["src/projectSecretUsage.test.ts"]
  package__ankhorage_studio -.-> module_src_projectSecretUsage_test_ts
  module_src_projectSecretUsage_test_ts --> module_src_projectSecretUsage_ts
  module_src_projectSecretUsage_ts["src/projectSecretUsage.ts"]
  package__ankhorage_studio -.-> module_src_projectSecretUsage_ts
  module_src_root_test_ts["src/root.test.ts"]
  package__ankhorage_studio -.-> module_src_root_test_ts
  module_src_root_ts["src/root.ts"]
  package__ankhorage_studio -.-> module_src_root_ts
  module_src_routeUtils_public_test_ts["src/routeUtils.public.test.ts"]
  package__ankhorage_studio -.-> module_src_routeUtils_public_test_ts
  module_src_routeUtils_public_test_ts --> module_src_routeUtils_ts
  module_src_routeUtils_test_ts["src/routeUtils.test.ts"]
  package__ankhorage_studio -.-> module_src_routeUtils_test_ts
  module_src_routeUtils_test_ts --> module_src_routeUtils_ts
  module_src_routeUtils_ts["src/routeUtils.ts"]
  package__ankhorage_studio -.-> module_src_routeUtils_ts
  module_src_runtime_actionSuppression_ts["src/runtime/actionSuppression.ts"]
  package__ankhorage_studio -.-> module_src_runtime_actionSuppression_ts
  module_src_runtime_appExtensionRegistry_ts["src/runtime/appExtensionRegistry.ts"]
  package__ankhorage_studio -.-> module_src_runtime_appExtensionRegistry_ts
  module_src_runtime_index_ts["src/runtime/index.ts"]
  package__ankhorage_studio -.-> module_src_runtime_index_ts
  module_src_runtime_localizationPreview_ts["src/runtime/localizationPreview.ts"]
  package__ankhorage_studio -.-> module_src_runtime_localizationPreview_ts
  module_src_runtime_overlay_test_ts["src/runtime/overlay.test.ts"]
  package__ankhorage_studio -.-> module_src_runtime_overlay_test_ts
  module_src_runtime_previewRegistry_ts["src/runtime/previewRegistry.ts"]
  package__ankhorage_studio -.-> module_src_runtime_previewRegistry_ts
  module_src_runtime_previewRuntimeConfig_ts["src/runtime/previewRuntimeConfig.ts"]
  package__ankhorage_studio -.-> module_src_runtime_previewRuntimeConfig_ts
  module_src_runtime_previewRuntimeConfig_ts --> module_src_runtime_actionSuppression_ts
  module_src_runtime_previewRuntimeConfig_ts --> module_src_runtime_previewRegistry_ts
  module_src_runtime_registry_tsx["src/runtime/registry.tsx"]
  package__ankhorage_studio -.-> module_src_runtime_registry_tsx
  module_src_runtime_registry_tsx --> module_src_runtime_appExtensionRegistry_ts
  module_src_runtime_runtimeActions_ts["src/runtime/runtimeActions.ts"]
  package__ankhorage_studio -.-> module_src_runtime_runtimeActions_ts
  module_src_runtime_useRuntimeAction_ts["src/runtime/useRuntimeAction.ts"]
  package__ankhorage_studio -.-> module_src_runtime_useRuntimeAction_ts
  module_src_runtime_useRuntimeAction_ts --> module_src_runtime_runtimeActions_ts
  module_src_runtimeDiagnosticsModel_test_ts["src/runtimeDiagnosticsModel.test.ts"]
  package__ankhorage_studio -.-> module_src_runtimeDiagnosticsModel_test_ts
  module_src_runtimeDiagnosticsModel_test_ts --> module_src_runtimeDiagnosticsModel_ts
  module_src_runtimeDiagnosticsModel_ts["src/runtimeDiagnosticsModel.ts"]
  package__ankhorage_studio -.-> module_src_runtimeDiagnosticsModel_ts
  module_src_runtimeLocalization_public_test_ts["src/runtimeLocalization.public.test.ts"]
  package__ankhorage_studio -.-> module_src_runtimeLocalization_public_test_ts
  module_src_runtimeLocalization_public_test_ts --> module_src_runtimeLocalization_ts
  module_src_runtimeLocalization_test_ts["src/runtimeLocalization.test.ts"]
  package__ankhorage_studio -.-> module_src_runtimeLocalization_test_ts
  module_src_runtimeLocalization_test_ts --> module_src_runtimeLocalization_ts
  module_src_runtimeLocalization_ts["src/runtimeLocalization.ts"]
  package__ankhorage_studio -.-> module_src_runtimeLocalization_ts
  module_src_secretResponseGuard_test_ts["src/secretResponseGuard.test.ts"]
  package__ankhorage_studio -.-> module_src_secretResponseGuard_test_ts
  module_src_secretResponseGuard_test_ts --> module_src_secretResponseGuard_ts
  module_src_secretResponseGuard_ts["src/secretResponseGuard.ts"]
  package__ankhorage_studio -.-> module_src_secretResponseGuard_ts
  module_src_studioAdminRouteModel_test_ts["src/studioAdminRouteModel.test.ts"]
  package__ankhorage_studio -.-> module_src_studioAdminRouteModel_test_ts
  module_src_studioAdminRouteModel_test_ts --> module_src_studioAdminRouteModel_ts
  module_src_studioAdminRouteModel_ts["src/studioAdminRouteModel.ts"]
  package__ankhorage_studio -.-> module_src_studioAdminRouteModel_ts
  module_src_studioAdminRouteModel_ts --> module_src_index_ts
  module_src_studioSelectionModel_knip_test_ts["src/studioSelectionModel.knip.test.ts"]
  package__ankhorage_studio -.-> module_src_studioSelectionModel_knip_test_ts
  module_src_studioSelectionModel_knip_test_ts --> module_src_studioSelectionModel_ts
  module_src_studioSelectionModel_test_ts["src/studioSelectionModel.test.ts"]
  package__ankhorage_studio -.-> module_src_studioSelectionModel_test_ts
  module_src_studioSelectionModel_test_ts --> module_src_studioSelectionModel_ts
  module_src_studioSelectionModel_ts["src/studioSelectionModel.ts"]
  package__ankhorage_studio -.-> module_src_studioSelectionModel_ts
  module_src_ui_AnkhStudio_ts["src/ui/AnkhStudio.ts"]
  package__ankhorage_studio -.-> module_src_ui_AnkhStudio_ts
  module_src_ui_AnkhStudio_ts --> module_src_core_StudioContext_ts
  module_src_ui_StudioAdminOverlay_test_ts["src/ui/StudioAdminOverlay.test.ts"]
  package__ankhorage_studio -.-> module_src_ui_StudioAdminOverlay_test_ts
  module_src_ui_StudioAdminOverlay_tsx["src/ui/StudioAdminOverlay.tsx"]
  package__ankhorage_studio -.-> module_src_ui_StudioAdminOverlay_tsx
  module_src_ui_StudioAdminOverlay_tsx --> module_src_projectSecretApi_ts
  module_src_ui_StudioAdminOverlay_tsx --> module_src_projectSecretUsage_ts
  module_src_ui_StudioAuthSettingsOverlay_test_ts["src/ui/StudioAuthSettingsOverlay.test.ts"]
  package__ankhorage_studio -.-> module_src_ui_StudioAuthSettingsOverlay_test_ts
  module_src_ui_StudioAuthSettingsOverlay_tsx["src/ui/StudioAuthSettingsOverlay.tsx"]
  package__ankhorage_studio -.-> module_src_ui_StudioAuthSettingsOverlay_tsx
  module_src_ui_StudioAuthSettingsOverlay_tsx --> module_src_authSettings_ts
  module_src_ui_StudioAuthSettingsOverlay_tsx --> module_src_projectAuthApi_ts
  module_src_ui_StudioAuthSettingsOverlay_tsx --> module_src_projectAuthHealth_ts
  module_src_ui_StudioAuthSettingsOverlay_tsx --> module_src_projectSecretApi_ts
  module_src_ui_useStudioAppBarAugmentation_test_ts["src/ui/useStudioAppBarAugmentation.test.ts"]
  package__ankhorage_studio -.-> module_src_ui_useStudioAppBarAugmentation_test_ts
  module_src_ui_useStudioAppBarAugmentation_ts["src/ui/useStudioAppBarAugmentation.ts"]
  package__ankhorage_studio -.-> module_src_ui_useStudioAppBarAugmentation_ts
  module_src_ui_useStudioAppBarAugmentation_ts --> module_src_core_StudioContext_ts
  module_src_ui_useStudioAppBarAugmentation_ts --> module_src_studioAdminRouteModel_ts
  module_src_ui_useStudioAppBarAugmentation_ts --> module_src_ui_StudioAdminOverlay_tsx
  module_src_ui_useStudioAppBarAugmentation_ts --> module_src_ui_StudioAuthSettingsOverlay_tsx
  module_src_utils_treeUtils_ts["src/utils/treeUtils.ts"]
  package__ankhorage_studio -.-> module_src_utils_treeUtils_ts
  module_src_utils_treeUtils_ts --> module_src_index_ts
